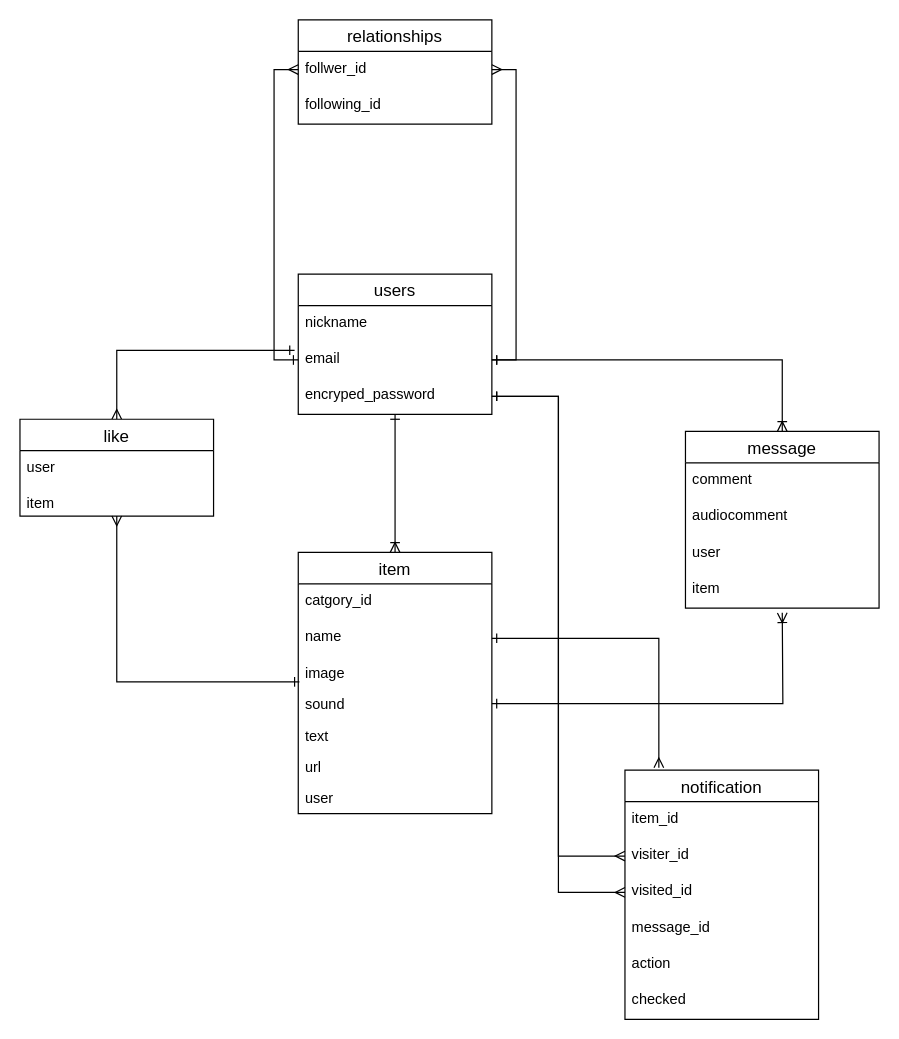
sugiryota/Review keeps this draw.io diagram as sound-review.dio. Above is the earlier version. Source tidied: cells renumbered, new cells numbered last; positions are measured from the earlier drawing's top-left corner, leaving out a move shared by most shapes. Both pictures are drawn from the tidied source at 121%, with x=0, y=0 at pixel (19, 19).
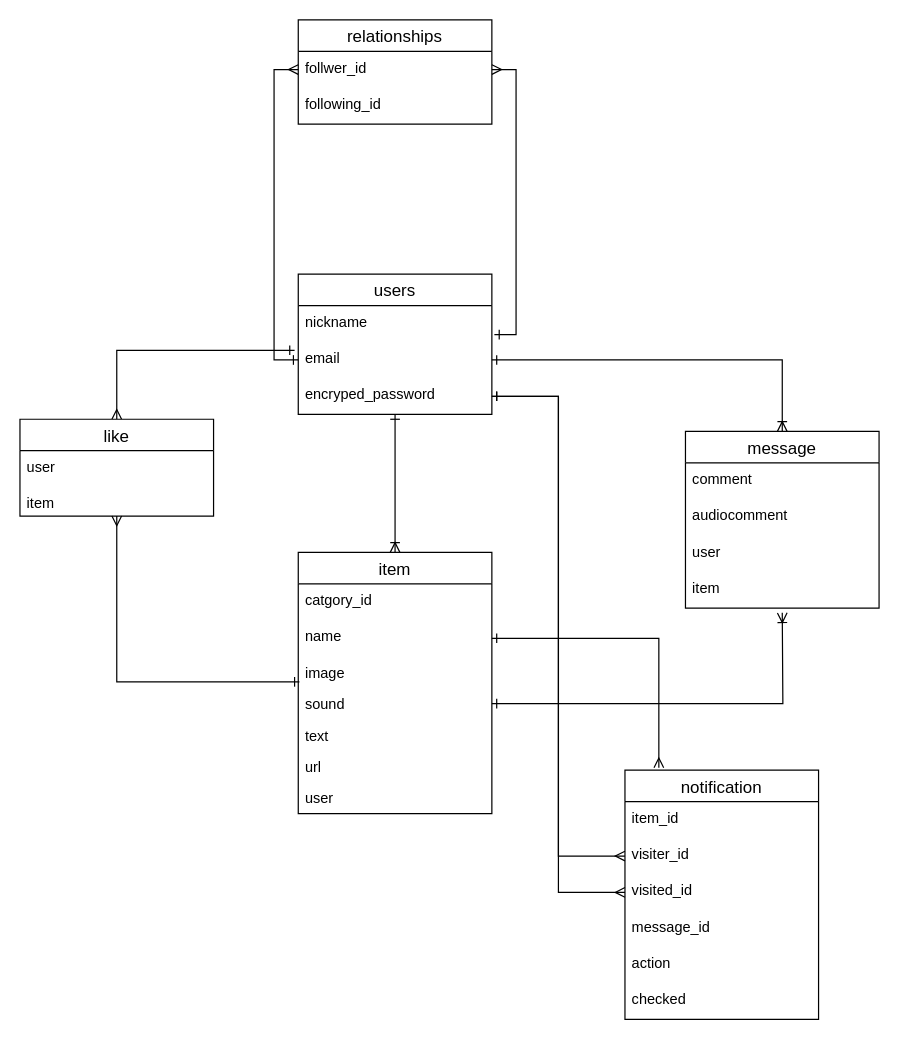
After the change.

The change refers to these unchanged cells:
```xml
<mxCell id="4" value="nickname" style="text;strokeColor=none;fillColor=none;spacingLeft=4;spacingRight=4;overflow=hidden;points=[[0,0.5],[1,0.5]];portConstraint=eastwest;fontSize=12;" parent="3" vertex="1">
  <mxGeometry y="26" width="160" height="30" as="geometry" />
</mxCell>
<mxCell id="5" value="email" style="text;strokeColor=none;fillColor=none;spacingLeft=4;spacingRight=4;overflow=hidden;points=[[0,0.5],[1,0.5]];portConstraint=eastwest;fontSize=12;" parent="3" vertex="1">
  <mxGeometry y="56" width="160" height="30" as="geometry" />
</mxCell>
<mxCell id="28" value="follwer_id" style="text;strokeColor=none;fillColor=none;spacingLeft=4;spacingRight=4;overflow=hidden;points=[[0,0.5],[1,0.5]];portConstraint=eastwest;fontSize=12;" parent="27" vertex="1">
  <mxGeometry y="26" width="160" height="30" as="geometry" />
</mxCell>
```

What changed in the source:
```diff
@@
-    <mxCell id="30" style="edgeStyle=orthogonalEdgeStyle;rounded=0;jettySize=auto;html=1;exitX=1;exitY=0.5;exitDx=0;exitDy=0;entryX=1;entryY=0.5;entryDx=0;entryDy=0;endArrow=ERmany;endFill=0;startArrow=ERone;startFill=0;" parent="1" edge="1" source="5" target="28">
-      <mxGeometry relative="1" as="geometry" />
+    <mxCell id="30" style="edgeStyle=orthogonalEdgeStyle;rounded=0;jettySize=auto;html=1;entryX=1;entryY=0.5;entryDx=0;entryDy=0;endArrow=ERmany;endFill=0;startArrow=ERone;startFill=0;exitX=1.013;exitY=0.8;exitDx=0;exitDy=0;exitPerimeter=0;" parent="1" edge="1" source="4" target="28">
+      <mxGeometry relative="1" as="geometry">
+        <Array as="points">
+          <mxPoint x="410" y="260" />
+          <mxPoint x="410" y="41" />
+        </Array>
+      </mxGeometry>
     </mxCell>
```
